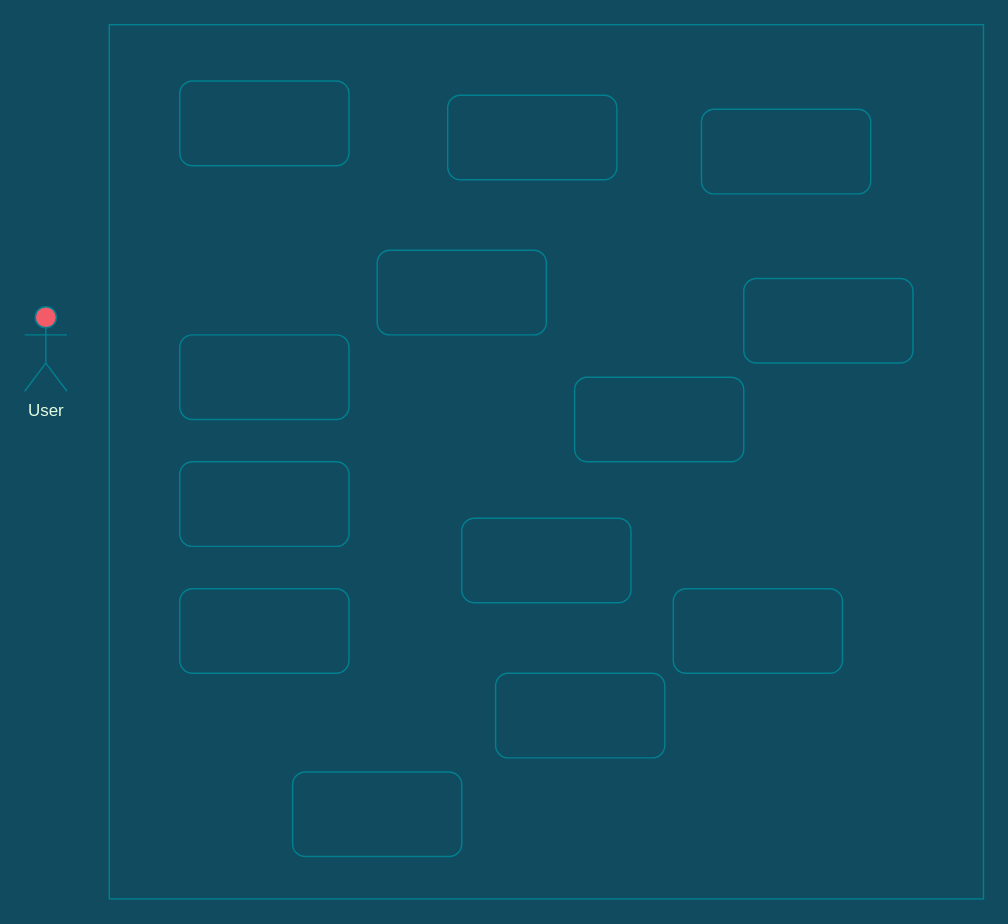
Yaimuu/SIR_Project keeps this draw.io diagram as UML/Use Cases Diagram.drawio. Above is the earlier version. Source tidied: cells renumbered, new cells numbered last; positions are measured from the earlier drawing's top-left corner, leaving out a move shared by most shapes. Both pictures are drawn from the tidied source at 141%, with x=0, y=0 at pixel (24, 24).
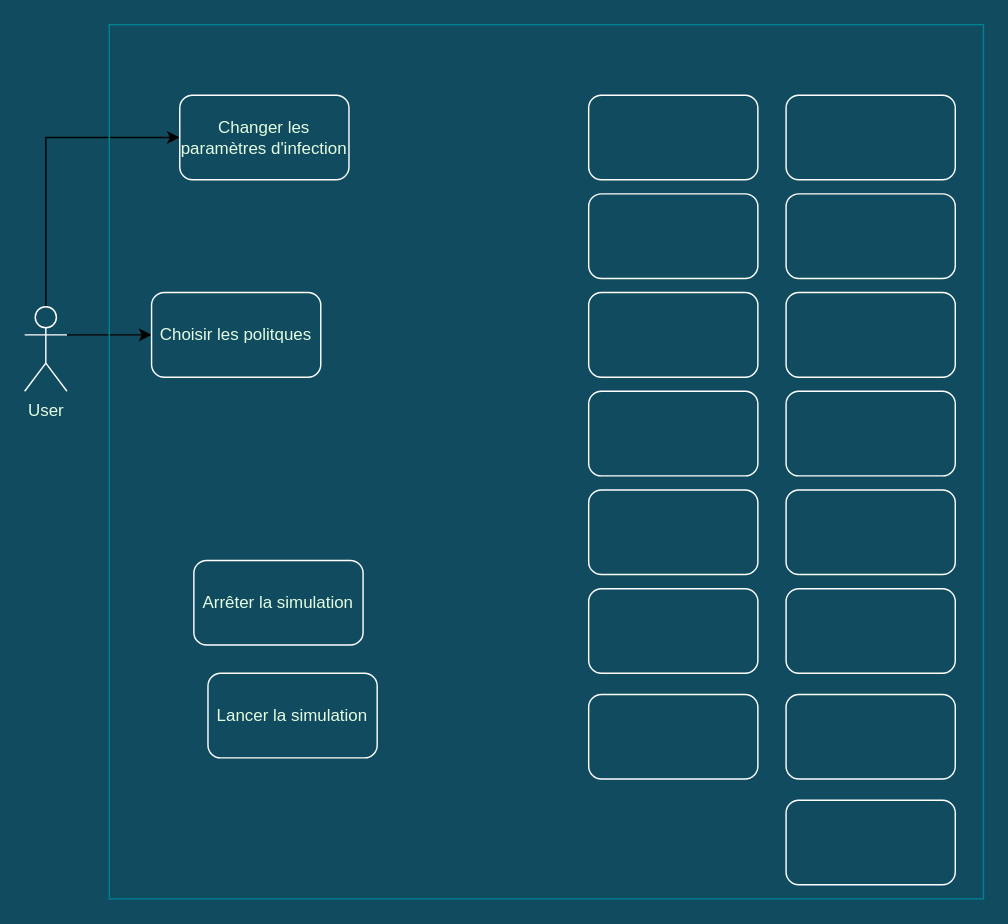
Above is the later version.

Diff of the diagram source:
```diff
@@
+    <mxCell id="17" style="edgeStyle=orthogonalEdgeStyle;rounded=0;jettySize=auto;html=1;exitX=0.5;exitY=0;exitDx=0;exitDy=0;exitPerimeter=0;entryX=0;entryY=0.5;entryDx=0;entryDy=0;" parent="1" edge="1" source="2" target="4">
+      <mxGeometry relative="1" as="geometry" />
+    </mxCell>
+    <mxCell id="18" style="edgeStyle=orthogonalEdgeStyle;rounded=0;jettySize=auto;html=1;exitX=1;exitY=0.3333333333333333;exitDx=0;exitDy=0;exitPerimeter=0;entryX=0;entryY=0.5;entryDx=0;entryDy=0;" parent="1" edge="1" source="2" target="6">
+      <mxGeometry relative="1" as="geometry" />
+    </mxCell>
-    <mxCell id="2" value="User" style="shape=umlActor;verticalLabelPosition=bottom;verticalAlign=top;html=1;outlineConnect=0;fillColor=#F45B69;strokeColor=#028090;fontColor=#E4FDE1;" parent="1" vertex="1">
+    <mxCell id="2" value="User" style="shape=umlActor;verticalLabelPosition=bottom;verticalAlign=top;html=1;outlineConnect=0;fontColor=#E4FDE1;fillColor=none;strokeColor=#FFFFFF;" parent="1" vertex="1">
       <mxGeometry y="200" width="30" height="60" as="geometry" />
     </mxCell>
@@
-    <mxCell id="4" style="rounded=1;whiteSpace=wrap;html=1;fillColor=none;strokeColor=#028090;fontColor=#E4FDE1;" parent="1" vertex="1">
-      <mxGeometry x="110" y="40" width="120" height="60" as="geometry" />
+    <mxCell id="4" value="Changer les paramètres d'infection" style="rounded=1;whiteSpace=wrap;html=1;fillColor=none;fontColor=#E4FDE1;strokeColor=#FFFFFF;" parent="1" vertex="1">
+      <mxGeometry x="110" y="50" width="120" height="60" as="geometry" />
     </mxCell>
-    <mxCell id="5" style="rounded=1;whiteSpace=wrap;html=1;fillColor=none;strokeColor=#028090;fontColor=#E4FDE1;" parent="1" vertex="1">
-      <mxGeometry x="390" y="250" width="120" height="60" as="geometry" />
+    <mxCell id="5" style="rounded=1;whiteSpace=wrap;html=1;fillColor=none;fontColor=#E4FDE1;strokeColor=#FFFFFF;" parent="1" vertex="1">
+      <mxGeometry x="540" y="550" width="120" height="60" as="geometry" />
     </mxCell>
-    <mxCell id="6" style="rounded=1;whiteSpace=wrap;html=1;fillColor=none;strokeColor=#028090;fontColor=#E4FDE1;" parent="1" vertex="1">
-      <mxGeometry x="110" y="400" width="120" height="60" as="geometry" />
+    <mxCell id="6" value="Choisir les politques" style="rounded=1;whiteSpace=wrap;html=1;fillColor=none;fontColor=#E4FDE1;strokeColor=#FFFFFF;" parent="1" vertex="1">
+      <mxGeometry x="90" y="190" width="120" height="60" as="geometry" />
     </mxCell>
-    <mxCell id="7" style="rounded=1;whiteSpace=wrap;html=1;fillColor=none;strokeColor=#028090;fontColor=#E4FDE1;" parent="1" vertex="1">
-      <mxGeometry x="460" y="400" width="120" height="60" as="geometry" />
+    <mxCell id="7" style="rounded=1;whiteSpace=wrap;html=1;fillColor=none;fontColor=#E4FDE1;strokeColor=#FFFFFF;" parent="1" vertex="1">
+      <mxGeometry x="540" y="400" width="120" height="60" as="geometry" />
     </mxCell>
-    <mxCell id="8" style="rounded=1;whiteSpace=wrap;html=1;fillColor=none;strokeColor=#028090;fontColor=#E4FDE1;" parent="1" vertex="1">
-      <mxGeometry x="480" y="60" width="120" height="60" as="geometry" />
+    <mxCell id="8" style="rounded=1;whiteSpace=wrap;html=1;fillColor=none;fontColor=#E4FDE1;strokeColor=#FFFFFF;" parent="1" vertex="1">
+      <mxGeometry x="540" y="120" width="120" height="60" as="geometry" />
     </mxCell>
-    <mxCell id="9" style="rounded=1;whiteSpace=wrap;html=1;fillColor=none;strokeColor=#028090;fontColor=#E4FDE1;" parent="1" vertex="1">
-      <mxGeometry x="300" y="50" width="120" height="60" as="geometry" />
+    <mxCell id="9" style="rounded=1;whiteSpace=wrap;html=1;fillColor=none;fontColor=#E4FDE1;strokeColor=#FFFFFF;" parent="1" vertex="1">
+      <mxGeometry x="540" y="50" width="120" height="60" as="geometry" />
     </mxCell>
-    <mxCell id="10" style="rounded=1;whiteSpace=wrap;html=1;fillColor=none;strokeColor=#028090;fontColor=#E4FDE1;" parent="1" vertex="1">
-      <mxGeometry x="310" y="350" width="120" height="60" as="geometry" />
+    <mxCell id="10" style="rounded=1;whiteSpace=wrap;html=1;fillColor=none;fontColor=#E4FDE1;strokeColor=#FFFFFF;" parent="1" vertex="1">
+      <mxGeometry x="400" y="330" width="120" height="60" as="geometry" />
     </mxCell>
-    <mxCell id="11" style="rounded=1;whiteSpace=wrap;html=1;fillColor=none;strokeColor=#028090;fontColor=#E4FDE1;" parent="1" vertex="1">
-      <mxGeometry x="250" y="160" width="120" height="60" as="geometry" />
+    <mxCell id="11" style="rounded=1;whiteSpace=wrap;html=1;fillColor=none;fontColor=#E4FDE1;strokeColor=#FFFFFF;" parent="1" vertex="1">
+      <mxGeometry x="400" y="50" width="120" height="60" as="geometry" />
     </mxCell>
-    <mxCell id="12" style="rounded=1;whiteSpace=wrap;html=1;fillColor=none;strokeColor=#028090;fontColor=#E4FDE1;" parent="1" vertex="1">
-      <mxGeometry x="334" y="460" width="120" height="60" as="geometry" />
-    </mxCell>
-    <mxCell id="13" style="rounded=1;whiteSpace=wrap;html=1;fillColor=none;strokeColor=#028090;fontColor=#E4FDE1;" parent="1" vertex="1">
-      <mxGeometry x="110" y="220" width="120" height="60" as="geometry" />
+    <mxCell id="13" value="Lancer la simulation" style="rounded=1;whiteSpace=wrap;html=1;fillColor=none;fontColor=#E4FDE1;strokeColor=#FFFFFF;" parent="1" vertex="1">
+      <mxGeometry x="130" y="460" width="120" height="60" as="geometry" />
     </mxCell>
-    <mxCell id="14" style="rounded=1;whiteSpace=wrap;html=1;fillColor=none;strokeColor=#028090;fontColor=#E4FDE1;" parent="1" vertex="1">
-      <mxGeometry x="190" y="530" width="120" height="60" as="geometry" />
+    <mxCell id="14" style="rounded=1;whiteSpace=wrap;html=1;fillColor=none;fontColor=#E4FDE1;strokeColor=#FFFFFF;" parent="1" vertex="1">
+      <mxGeometry x="400" y="475" width="120" height="60" as="geometry" />
     </mxCell>
-    <mxCell id="15" style="rounded=1;whiteSpace=wrap;html=1;fillColor=none;strokeColor=#028090;fontColor=#E4FDE1;" parent="1" vertex="1">
-      <mxGeometry x="110" y="310" width="120" height="60" as="geometry" />
+    <mxCell id="15" value="Arrêter la simulation" style="rounded=1;whiteSpace=wrap;html=1;fillColor=none;fontColor=#E4FDE1;strokeColor=#FFFFFF;" parent="1" vertex="1">
+      <mxGeometry x="120" y="380" width="120" height="60" as="geometry" />
     </mxCell>
-    <mxCell id="16" style="rounded=1;whiteSpace=wrap;html=1;fillColor=none;strokeColor=#028090;fontColor=#E4FDE1;" parent="1" vertex="1">
-      <mxGeometry x="510" y="180" width="120" height="60" as="geometry" />
+    <mxCell id="16" style="rounded=1;whiteSpace=wrap;html=1;fillColor=none;fontColor=#E4FDE1;strokeColor=#FFFFFF;" parent="1" vertex="1">
+      <mxGeometry x="540" y="190" width="120" height="60" as="geometry" />
     </mxCell>
+    <mxCell id="19" style="rounded=1;whiteSpace=wrap;html=1;fillColor=none;fontColor=#E4FDE1;strokeColor=#FFFFFF;" parent="1" vertex="1">
+      <mxGeometry x="400" y="400" width="120" height="60" as="geometry" />
+    </mxCell>
+    <mxCell id="20" style="rounded=1;whiteSpace=wrap;html=1;fillColor=none;fontColor=#E4FDE1;strokeColor=#FFFFFF;" parent="1" vertex="1">
+      <mxGeometry x="400" y="260" width="120" height="60" as="geometry" />
+    </mxCell>
+    <mxCell id="21" style="rounded=1;whiteSpace=wrap;html=1;fillColor=none;fontColor=#E4FDE1;strokeColor=#FFFFFF;" parent="1" vertex="1">
+      <mxGeometry x="540" y="330" width="120" height="60" as="geometry" />
+    </mxCell>
+    <mxCell id="22" style="rounded=1;whiteSpace=wrap;html=1;fillColor=none;fontColor=#E4FDE1;strokeColor=#FFFFFF;" parent="1" vertex="1">
+      <mxGeometry x="400" y="120" width="120" height="60" as="geometry" />
+    </mxCell>
+    <mxCell id="23" style="rounded=1;whiteSpace=wrap;html=1;fillColor=none;fontColor=#E4FDE1;strokeColor=#FFFFFF;" parent="1" vertex="1">
+      <mxGeometry x="540" y="260" width="120" height="60" as="geometry" />
+    </mxCell>
+    <mxCell id="24" style="rounded=1;whiteSpace=wrap;html=1;fillColor=none;fontColor=#E4FDE1;strokeColor=#FFFFFF;" parent="1" vertex="1">
+      <mxGeometry x="540" y="475" width="120" height="60" as="geometry" />
+    </mxCell>
+    <mxCell id="25" style="rounded=1;whiteSpace=wrap;html=1;fillColor=none;fontColor=#E4FDE1;strokeColor=#FFFFFF;" parent="1" vertex="1">
+      <mxGeometry x="400" y="190" width="120" height="60" as="geometry" />
+    </mxCell>
```
